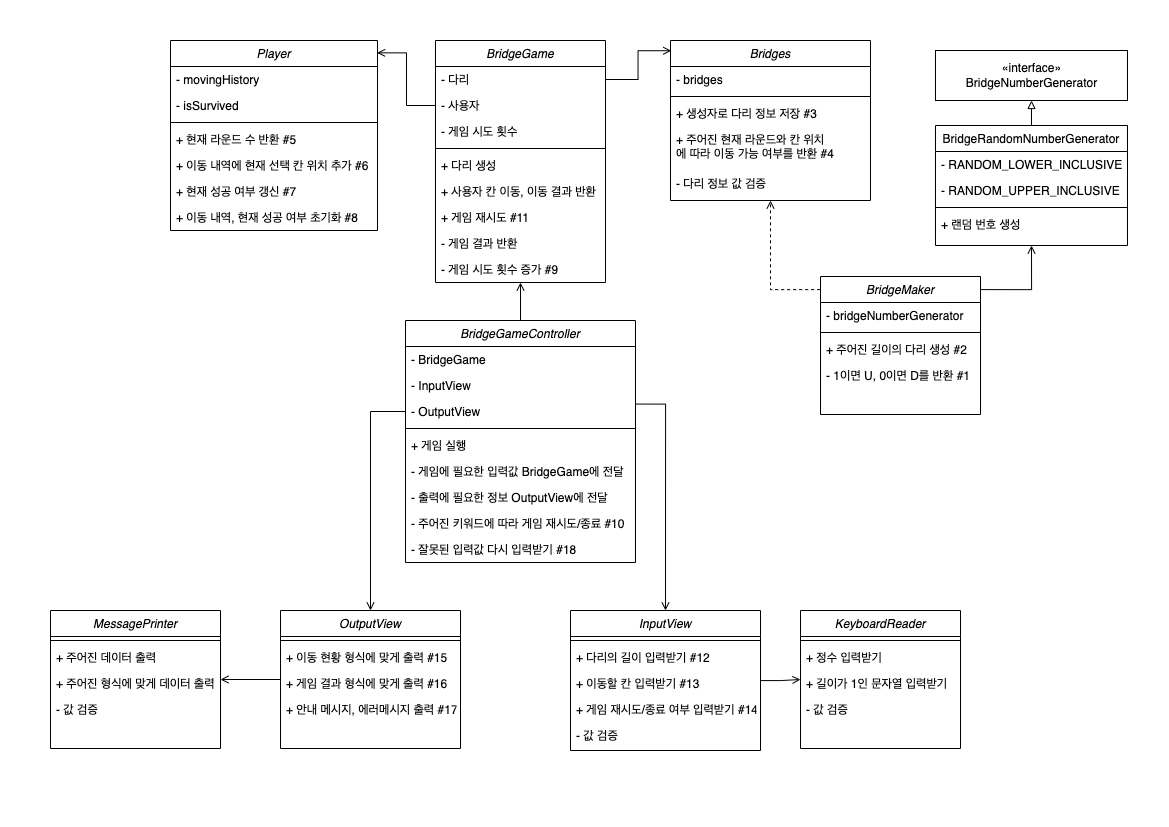
yoondgu/java-bridge keeps this draw.io diagram as docs/class-diagram.png. Above is the earlier version. Source tidied: cells renumbered, new cells last; positions are measured from the earlier drawing's top-left corner, leaving out a move shared by most shapes. The source it was exported from:
```xml
<mxGraphModel>
  <root>
    <mxCell id="0" />
    <mxCell id="1" parent="0" />
    <mxCell id="2" value="BridgeMaker" style="swimlane;fontStyle=2;align=center;verticalAlign=top;horizontal=1;startSize=26;rounded=0;shadow=0;strokeWidth=1;" parent="1" vertex="1">
      <mxGeometry x="770" y="236" width="160" height="138" as="geometry" />
    </mxCell>
    <mxCell id="3" value="- bridgeNumberGenerator" style="text;align=left;verticalAlign=top;spacingLeft=4;spacingRight=4;overflow=hidden;" parent="2" vertex="1">
      <mxGeometry y="26" width="160" height="26" as="geometry" />
    </mxCell>
    <mxCell id="4" style="line;html=1;strokeWidth=1;align=left;verticalAlign=middle;spacingTop=-1;spacingLeft=3;spacingRight=3;labelPosition=right;" parent="2" vertex="1">
      <mxGeometry y="52" width="160" height="8" as="geometry" />
    </mxCell>
    <mxCell id="5" value="+ 주어진 길이의 다리 생성 #2" style="text;align=left;verticalAlign=top;spacingLeft=4;spacingRight=4;overflow=hidden;" parent="2" vertex="1">
      <mxGeometry y="60" width="160" height="26" as="geometry" />
    </mxCell>
    <mxCell id="6" value="- 1이면 U, 0이면 D를 반환 #1" style="text;align=left;verticalAlign=top;spacingLeft=4;spacingRight=4;overflow=hidden;" parent="2" vertex="1">
      <mxGeometry y="86" width="160" height="26" as="geometry" />
    </mxCell>
    <mxCell id="7" style="edgeStyle=orthogonalEdgeStyle;rounded=0;jettySize=auto;html=1;exitX=0.5;exitY=0;exitDx=0;exitDy=0;entryX=0.5;entryY=1;entryDx=0;entryDy=0;endArrow=block;endFill=0;" parent="1" edge="1" source="8" target="47">
      <mxGeometry relative="1" as="geometry" />
    </mxCell>
    <mxCell id="8" value="BridgeRandomNumberGenerator" style="swimlane;fontStyle=0;align=center;verticalAlign=top;horizontal=1;startSize=26;rounded=0;shadow=0;strokeWidth=1;" parent="1" vertex="1">
      <mxGeometry x="885" y="85" width="192" height="120" as="geometry" />
    </mxCell>
    <mxCell id="9" value="- RANDOM_LOWER_INCLUSIVE" style="text;align=left;verticalAlign=top;spacingLeft=4;spacingRight=4;overflow=hidden;" parent="8" vertex="1">
      <mxGeometry y="26" width="192" height="26" as="geometry" />
    </mxCell>
    <mxCell id="10" value="- RANDOM_UPPER_INCLUSIVE" style="text;align=left;verticalAlign=top;spacingLeft=4;spacingRight=4;overflow=hidden;rounded=0;shadow=0;html=0;" parent="8" vertex="1">
      <mxGeometry y="52" width="192" height="26" as="geometry" />
    </mxCell>
    <mxCell id="11" style="line;html=1;strokeWidth=1;align=left;verticalAlign=middle;spacingTop=-1;spacingLeft=3;spacingRight=3;labelPosition=right;" parent="8" vertex="1">
      <mxGeometry y="78" width="192" height="8" as="geometry" />
    </mxCell>
    <mxCell id="12" value="+ 랜덤 번호 생성" style="text;align=left;verticalAlign=top;spacingLeft=4;spacingRight=4;overflow=hidden;" parent="8" vertex="1">
      <mxGeometry y="86" width="192" height="26" as="geometry" />
    </mxCell>
    <mxCell id="13" style="edgeStyle=orthogonalEdgeStyle;rounded=0;jettySize=auto;html=1;endArrow=open;endFill=0;exitX=0;exitY=0.5;exitDx=0;exitDy=0;entryX=0.998;entryY=0.065;entryDx=0;entryDy=0;entryPerimeter=0;" parent="1" edge="1" source="16" target="54">
      <mxGeometry relative="1" as="geometry" />
    </mxCell>
    <mxCell id="14" value="BridgeGame" style="swimlane;fontStyle=2;align=center;verticalAlign=top;horizontal=1;startSize=26;rounded=0;shadow=0;strokeWidth=1;" parent="1" vertex="1">
      <mxGeometry x="385" width="170" height="242" as="geometry" />
    </mxCell>
    <mxCell id="15" value="- 다리" style="text;align=left;verticalAlign=top;spacingLeft=4;spacingRight=4;overflow=hidden;points=[[0,0.5],[1,0.5]];portConstraint=eastwest;" parent="14" vertex="1">
      <mxGeometry y="26" width="170" height="26" as="geometry" />
    </mxCell>
    <mxCell id="16" value="- 사용자" style="text;align=left;verticalAlign=top;spacingLeft=4;spacingRight=4;overflow=hidden;points=[[0,0.5],[1,0.5]];portConstraint=eastwest;" parent="14" vertex="1">
      <mxGeometry y="52" width="170" height="26" as="geometry" />
    </mxCell>
    <mxCell id="17" value="- 게임 시도 횟수" style="text;align=left;verticalAlign=top;spacingLeft=4;spacingRight=4;overflow=hidden;" parent="14" vertex="1">
      <mxGeometry y="78" width="170" height="26" as="geometry" />
    </mxCell>
    <mxCell id="18" style="line;html=1;strokeWidth=1;align=left;verticalAlign=middle;spacingTop=-1;spacingLeft=3;spacingRight=3;labelPosition=right;" parent="14" vertex="1">
      <mxGeometry y="104" width="170" height="8" as="geometry" />
    </mxCell>
    <mxCell id="19" value="+ 다리 생성" style="text;align=left;verticalAlign=top;spacingLeft=4;spacingRight=4;overflow=hidden;" parent="14" vertex="1">
      <mxGeometry y="112" width="170" height="26" as="geometry" />
    </mxCell>
    <mxCell id="20" value="+ 사용자 칸 이동, 이동 결과 반환&#10;" style="text;align=left;verticalAlign=top;spacingLeft=4;spacingRight=4;overflow=hidden;" parent="14" vertex="1">
      <mxGeometry y="138" width="170" height="26" as="geometry" />
    </mxCell>
    <mxCell id="21" value="+ 게임 재시도 #11" style="text;align=left;verticalAlign=top;spacingLeft=4;spacingRight=4;overflow=hidden;" parent="14" vertex="1">
      <mxGeometry y="164" width="170" height="26" as="geometry" />
    </mxCell>
    <mxCell id="22" value="- 게임 결과 반환" style="text;align=left;verticalAlign=top;spacingLeft=4;spacingRight=4;overflow=hidden;" parent="14" vertex="1">
      <mxGeometry y="190" width="170" height="26" as="geometry" />
    </mxCell>
    <mxCell id="23" value="- 게임 시도 횟수 증가 #9" style="text;align=left;verticalAlign=top;spacingLeft=4;spacingRight=4;overflow=hidden;" parent="14" vertex="1">
      <mxGeometry y="216" width="170" height="26" as="geometry" />
    </mxCell>
    <mxCell id="24" style="edgeStyle=orthogonalEdgeStyle;rounded=0;jettySize=auto;html=1;endArrow=open;endFill=0;" parent="1" edge="1" source="25" target="31">
      <mxGeometry relative="1" as="geometry" />
    </mxCell>
    <mxCell id="25" value="InputView" style="swimlane;fontStyle=2;align=center;verticalAlign=top;horizontal=1;startSize=26;rounded=0;shadow=0;strokeWidth=1;" parent="1" vertex="1">
      <mxGeometry x="520" y="570" width="190" height="140" as="geometry" />
    </mxCell>
    <mxCell id="26" style="line;html=1;strokeWidth=1;align=left;verticalAlign=middle;spacingTop=-1;spacingLeft=3;spacingRight=3;labelPosition=right;" parent="25" vertex="1">
      <mxGeometry y="26" width="190" height="8" as="geometry" />
    </mxCell>
    <mxCell id="27" value="+ 다리의 길이 입력받기 #12" style="text;align=left;verticalAlign=top;spacingLeft=4;spacingRight=4;overflow=hidden;" parent="25" vertex="1">
      <mxGeometry y="34" width="190" height="26" as="geometry" />
    </mxCell>
    <mxCell id="28" value="+ 이동할 칸 입력받기 #13" style="text;align=left;verticalAlign=top;spacingLeft=4;spacingRight=4;overflow=hidden;" parent="25" vertex="1">
      <mxGeometry y="60" width="190" height="26" as="geometry" />
    </mxCell>
    <mxCell id="29" value="+ 게임 재시도/종료 여부 입력받기 #14" style="text;align=left;verticalAlign=top;spacingLeft=4;spacingRight=4;overflow=hidden;" parent="25" vertex="1">
      <mxGeometry y="86" width="190" height="26" as="geometry" />
    </mxCell>
    <mxCell id="30" value="- 값 검증" style="text;align=left;verticalAlign=top;spacingLeft=4;spacingRight=4;overflow=hidden;" parent="25" vertex="1">
      <mxGeometry y="112" width="190" height="26" as="geometry" />
    </mxCell>
    <mxCell id="31" value="KeyboardReader" style="swimlane;fontStyle=2;align=center;verticalAlign=top;horizontal=1;startSize=26;rounded=0;shadow=0;strokeWidth=1;" parent="1" vertex="1">
      <mxGeometry x="750" y="570" width="160" height="138" as="geometry" />
    </mxCell>
    <mxCell id="32" style="line;html=1;strokeWidth=1;align=left;verticalAlign=middle;spacingTop=-1;spacingLeft=3;spacingRight=3;labelPosition=right;" parent="31" vertex="1">
      <mxGeometry y="26" width="160" height="8" as="geometry" />
    </mxCell>
    <mxCell id="33" value="+ 정수 입력받기" style="text;align=left;verticalAlign=top;spacingLeft=4;spacingRight=4;overflow=hidden;" parent="31" vertex="1">
      <mxGeometry y="34" width="160" height="26" as="geometry" />
    </mxCell>
    <mxCell id="34" value="+ 길이가 1인 문자열 입력받기" style="text;align=left;verticalAlign=top;spacingLeft=4;spacingRight=4;overflow=hidden;" parent="31" vertex="1">
      <mxGeometry y="60" width="160" height="26" as="geometry" />
    </mxCell>
    <mxCell id="35" value="- 값 검증" style="text;align=left;verticalAlign=top;spacingLeft=4;spacingRight=4;overflow=hidden;" parent="31" vertex="1">
      <mxGeometry y="86" width="160" height="26" as="geometry" />
    </mxCell>
    <mxCell id="36" style="edgeStyle=orthogonalEdgeStyle;rounded=0;jettySize=auto;html=1;endArrow=open;endFill=0;" parent="1" edge="1" source="37" target="42">
      <mxGeometry relative="1" as="geometry" />
    </mxCell>
    <mxCell id="37" value="OutputView" style="swimlane;fontStyle=2;align=center;verticalAlign=top;horizontal=1;startSize=26;rounded=0;shadow=0;strokeWidth=1;" parent="1" vertex="1">
      <mxGeometry x="230" y="570" width="180" height="138" as="geometry" />
    </mxCell>
    <mxCell id="38" style="line;html=1;strokeWidth=1;align=left;verticalAlign=middle;spacingTop=-1;spacingLeft=3;spacingRight=3;labelPosition=right;" parent="37" vertex="1">
      <mxGeometry y="26" width="180" height="8" as="geometry" />
    </mxCell>
    <mxCell id="39" value="+ 이동 현황 형식에 맞게 출력 #15" style="text;align=left;verticalAlign=top;spacingLeft=4;spacingRight=4;overflow=hidden;" parent="37" vertex="1">
      <mxGeometry y="34" width="180" height="26" as="geometry" />
    </mxCell>
    <mxCell id="40" value="+ 게임 결과 형식에 맞게 출력 #16" style="text;align=left;verticalAlign=top;spacingLeft=4;spacingRight=4;overflow=hidden;" parent="37" vertex="1">
      <mxGeometry y="60" width="180" height="26" as="geometry" />
    </mxCell>
    <mxCell id="41" value="+ 안내 메시지, 에러메시지 출력 #17" style="text;align=left;verticalAlign=top;spacingLeft=4;spacingRight=4;overflow=hidden;" parent="37" vertex="1">
      <mxGeometry y="86" width="180" height="26" as="geometry" />
    </mxCell>
    <mxCell id="42" value="MessagePrinter" style="swimlane;fontStyle=2;align=center;verticalAlign=top;horizontal=1;startSize=26;rounded=0;shadow=0;strokeWidth=1;" parent="1" vertex="1">
      <mxGeometry y="570" width="170" height="138" as="geometry" />
    </mxCell>
    <mxCell id="43" style="line;html=1;strokeWidth=1;align=left;verticalAlign=middle;spacingTop=-1;spacingLeft=3;spacingRight=3;labelPosition=right;" parent="42" vertex="1">
      <mxGeometry y="26" width="170" height="8" as="geometry" />
    </mxCell>
    <mxCell id="44" value="+ 주어진 데이터 출력" style="text;align=left;verticalAlign=top;spacingLeft=4;spacingRight=4;overflow=hidden;" parent="42" vertex="1">
      <mxGeometry y="34" width="170" height="26" as="geometry" />
    </mxCell>
    <mxCell id="45" value="+ 주어진 형식에 맞게 데이터 출력" style="text;align=left;verticalAlign=top;spacingLeft=4;spacingRight=4;overflow=hidden;" parent="42" vertex="1">
      <mxGeometry y="60" width="170" height="26" as="geometry" />
    </mxCell>
    <mxCell id="46" value="- 값 검증" style="text;align=left;verticalAlign=top;spacingLeft=4;spacingRight=4;overflow=hidden;" parent="42" vertex="1">
      <mxGeometry y="86" width="170" height="26" as="geometry" />
    </mxCell>
    <mxCell id="47" value="«interface»&lt;br&gt;BridgeNumberGenerator" style="html=1;" parent="1" vertex="1">
      <mxGeometry x="885" y="10" width="192" height="50" as="geometry" />
    </mxCell>
    <mxCell id="48" value="Bridges" style="swimlane;fontStyle=2;align=center;verticalAlign=top;horizontal=1;startSize=26;rounded=0;shadow=0;strokeWidth=1;" parent="1" vertex="1">
      <mxGeometry x="620" width="200" height="160" as="geometry" />
    </mxCell>
    <mxCell id="49" value="- bridges" style="text;align=left;verticalAlign=top;spacingLeft=4;spacingRight=4;overflow=hidden;" parent="48" vertex="1">
      <mxGeometry y="26" width="200" height="26" as="geometry" />
    </mxCell>
    <mxCell id="50" style="line;html=1;strokeWidth=1;align=left;verticalAlign=middle;spacingTop=-1;spacingLeft=3;spacingRight=3;labelPosition=right;" parent="48" vertex="1">
      <mxGeometry y="52" width="200" height="8" as="geometry" />
    </mxCell>
    <mxCell id="51" value="+ 생성자로 다리 정보 저장 #3" style="text;align=left;verticalAlign=top;spacingLeft=4;spacingRight=4;overflow=hidden;" parent="48" vertex="1">
      <mxGeometry y="60" width="200" height="26" as="geometry" />
    </mxCell>
    <mxCell id="52" value="+ 주어진 현재 라운드와 칸 위치&#10;에 따라 이동 가능 여부를 반환 #4" style="text;align=left;verticalAlign=top;spacingLeft=4;spacingRight=4;overflow=hidden;" parent="48" vertex="1">
      <mxGeometry y="86" width="200" height="44" as="geometry" />
    </mxCell>
    <mxCell id="53" value="- 다리 정보 값 검증" style="text;align=left;verticalAlign=top;spacingLeft=4;spacingRight=4;overflow=hidden;" parent="48" vertex="1">
      <mxGeometry y="130" width="200" height="26" as="geometry" />
    </mxCell>
    <mxCell id="54" value="Player" style="swimlane;fontStyle=2;align=center;verticalAlign=top;horizontal=1;startSize=26;rounded=0;shadow=0;strokeWidth=1;" parent="1" vertex="1">
      <mxGeometry x="120" width="207" height="190" as="geometry" />
    </mxCell>
    <mxCell id="55" value="- movingHistory" style="text;align=left;verticalAlign=top;spacingLeft=4;spacingRight=4;overflow=hidden;" parent="54" vertex="1">
      <mxGeometry y="26" width="207" height="26" as="geometry" />
    </mxCell>
    <mxCell id="56" value="- isSurvived" style="text;align=left;verticalAlign=top;spacingLeft=4;spacingRight=4;overflow=hidden;" parent="54" vertex="1">
      <mxGeometry y="52" width="207" height="26" as="geometry" />
    </mxCell>
    <mxCell id="57" style="line;html=1;strokeWidth=1;align=left;verticalAlign=middle;spacingTop=-1;spacingLeft=3;spacingRight=3;labelPosition=right;" parent="54" vertex="1">
      <mxGeometry y="78" width="207" height="8" as="geometry" />
    </mxCell>
    <mxCell id="58" value="+ 현재 라운드 수 반환 #5" style="text;align=left;verticalAlign=top;spacingLeft=4;spacingRight=4;overflow=hidden;" parent="54" vertex="1">
      <mxGeometry y="86" width="207" height="26" as="geometry" />
    </mxCell>
    <mxCell id="59" value="+ 이동 내역에 현재 선택 칸 위치 추가 #6" style="text;align=left;verticalAlign=top;spacingLeft=4;spacingRight=4;overflow=hidden;" parent="54" vertex="1">
      <mxGeometry y="112" width="207" height="26" as="geometry" />
    </mxCell>
    <mxCell id="60" value="+ 현재 성공 여부 갱신 #7" style="text;align=left;verticalAlign=top;spacingLeft=4;spacingRight=4;overflow=hidden;" parent="54" vertex="1">
      <mxGeometry y="138" width="207" height="26" as="geometry" />
    </mxCell>
    <mxCell id="61" value="+ 이동 내역, 현재 성공 여부 초기화 #8" style="text;align=left;verticalAlign=top;spacingLeft=4;spacingRight=4;overflow=hidden;" parent="54" vertex="1">
      <mxGeometry y="164" width="207" height="26" as="geometry" />
    </mxCell>
    <mxCell id="62" style="edgeStyle=orthogonalEdgeStyle;rounded=0;jettySize=auto;html=1;endArrow=open;endFill=0;" parent="1" edge="1" source="63" target="14">
      <mxGeometry relative="1" as="geometry" />
    </mxCell>
    <mxCell id="63" value="BridgeGameController" style="swimlane;fontStyle=2;align=center;verticalAlign=top;horizontal=1;startSize=26;rounded=0;shadow=0;strokeWidth=1;" parent="1" vertex="1">
      <mxGeometry x="355" y="280" width="230" height="242" as="geometry" />
    </mxCell>
    <mxCell id="64" value="- BridgeGame" style="text;align=left;verticalAlign=top;spacingLeft=4;spacingRight=4;overflow=hidden;" parent="63" vertex="1">
      <mxGeometry y="26" width="230" height="26" as="geometry" />
    </mxCell>
    <mxCell id="65" value="- InputView" style="text;align=left;verticalAlign=top;spacingLeft=4;spacingRight=4;overflow=hidden;" parent="63" vertex="1">
      <mxGeometry y="52" width="230" height="26" as="geometry" />
    </mxCell>
    <mxCell id="66" value="- OutputView" style="text;align=left;verticalAlign=top;spacingLeft=4;spacingRight=4;overflow=hidden;points=[[0,0.5],[1,0.5]];portConstraint=eastwest;" parent="63" vertex="1">
      <mxGeometry y="78" width="230" height="26" as="geometry" />
    </mxCell>
    <mxCell id="67" style="line;html=1;strokeWidth=1;align=left;verticalAlign=middle;spacingTop=-1;spacingLeft=3;spacingRight=3;labelPosition=right;" parent="63" vertex="1">
      <mxGeometry y="104" width="230" height="8" as="geometry" />
    </mxCell>
    <mxCell id="68" value="+ 게임 실행" style="text;align=left;verticalAlign=top;spacingLeft=4;spacingRight=4;overflow=hidden;" parent="63" vertex="1">
      <mxGeometry y="112" width="230" height="26" as="geometry" />
    </mxCell>
    <mxCell id="69" value="- 게임에 필요한 입력값 BridgeGame에 전달" style="text;align=left;verticalAlign=top;spacingLeft=4;spacingRight=4;overflow=hidden;" parent="63" vertex="1">
      <mxGeometry y="138" width="230" height="26" as="geometry" />
    </mxCell>
    <mxCell id="70" value="- 출력에 필요한 정보 OutputView에 전달" style="text;align=left;verticalAlign=top;spacingLeft=4;spacingRight=4;overflow=hidden;" parent="63" vertex="1">
      <mxGeometry y="164" width="230" height="26" as="geometry" />
    </mxCell>
    <mxCell id="71" value="- 주어진 키워드에 따라 게임 재시도/종료 #10" style="text;align=left;verticalAlign=top;spacingLeft=4;spacingRight=4;overflow=hidden;" parent="63" vertex="1">
      <mxGeometry y="190" width="230" height="26" as="geometry" />
    </mxCell>
    <mxCell id="72" value="- 잘못된 입력값 다시 입력받기 #18" style="text;align=left;verticalAlign=top;spacingLeft=4;spacingRight=4;overflow=hidden;" parent="63" vertex="1">
      <mxGeometry y="216" width="230" height="26" as="geometry" />
    </mxCell>
    <mxCell id="73" style="edgeStyle=orthogonalEdgeStyle;rounded=0;jettySize=auto;html=1;exitX=1;exitY=0.5;exitDx=0;exitDy=0;entryX=0.004;entryY=0.064;entryDx=0;entryDy=0;endArrow=open;endFill=0;entryPerimeter=0;" parent="1" edge="1" source="15" target="48">
      <mxGeometry relative="1" as="geometry" />
    </mxCell>
    <mxCell id="74" style="edgeStyle=orthogonalEdgeStyle;rounded=0;jettySize=auto;html=1;exitX=-0.002;exitY=0.095;exitDx=0;exitDy=0;entryX=0.5;entryY=1;entryDx=0;entryDy=0;endArrow=open;endFill=0;dashed=1;exitPerimeter=0;" parent="1" edge="1" source="2" target="48">
      <mxGeometry relative="1" as="geometry" />
    </mxCell>
    <mxCell id="75" style="edgeStyle=orthogonalEdgeStyle;rounded=0;jettySize=auto;html=1;exitX=0.998;exitY=0.095;exitDx=0;exitDy=0;entryX=0.5;entryY=1;entryDx=0;entryDy=0;endArrow=open;endFill=0;exitPerimeter=0;" parent="1" edge="1" source="2" target="8">
      <mxGeometry relative="1" as="geometry" />
    </mxCell>
    <mxCell id="76" style="edgeStyle=orthogonalEdgeStyle;rounded=0;jettySize=auto;html=1;entryX=0.5;entryY=0;entryDx=0;entryDy=0;endArrow=open;endFill=0;exitX=0;exitY=0.5;exitDx=0;exitDy=0;" parent="1" edge="1" source="66" target="37">
      <mxGeometry relative="1" as="geometry" />
    </mxCell>
    <mxCell id="77" style="edgeStyle=orthogonalEdgeStyle;rounded=0;jettySize=auto;html=1;exitX=1.001;exitY=0.214;exitDx=0;exitDy=0;entryX=0.5;entryY=0;entryDx=0;entryDy=0;endArrow=open;endFill=0;exitPerimeter=0;" parent="1" edge="1" source="66" target="25">
      <mxGeometry relative="1" as="geometry" />
    </mxCell>
  </root>
</mxGraphModel>
```
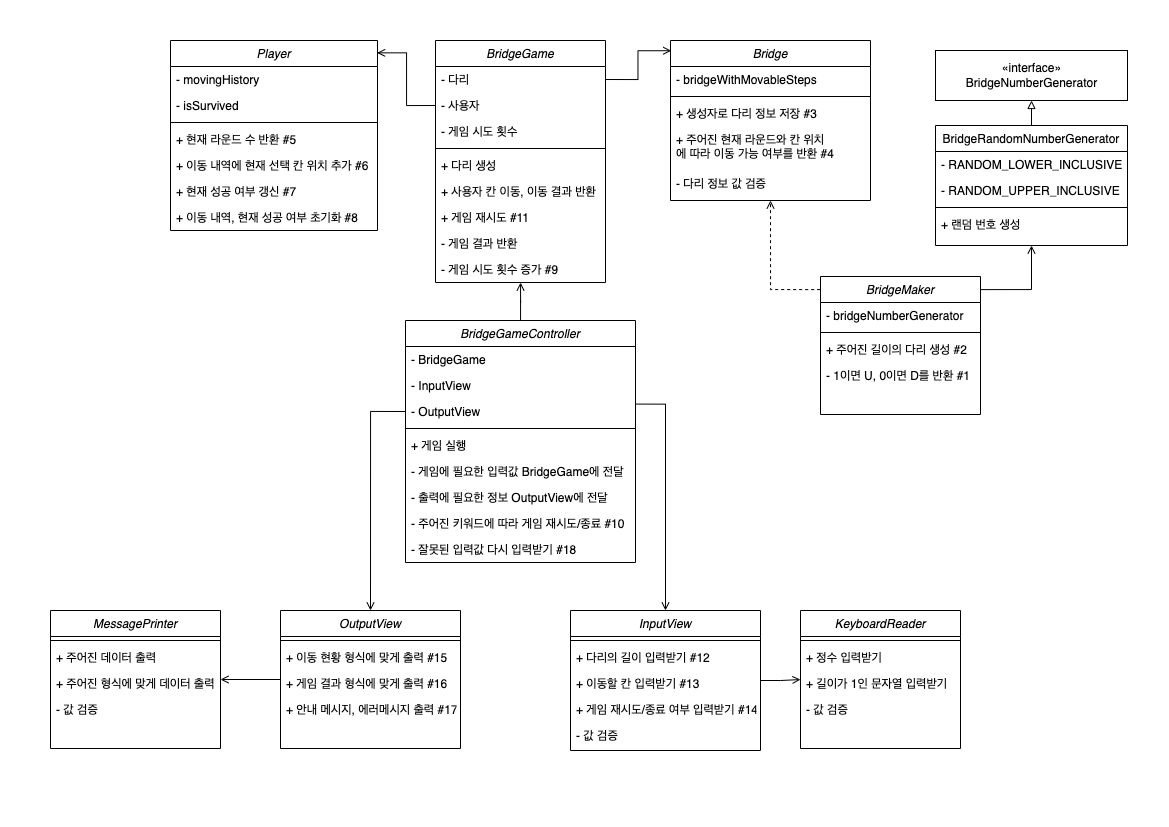
The same diagram one commit later.

What changed in the source:
```diff
@@ -140,10 +140,10 @@
     <mxCell id="47" value="«interface»&lt;br&gt;BridgeNumberGenerator" style="html=1;" parent="1" vertex="1">
       <mxGeometry x="885" y="10" width="192" height="50" as="geometry" />
     </mxCell>
-    <mxCell id="48" value="Bridges" style="swimlane;fontStyle=2;align=center;verticalAlign=top;horizontal=1;startSize=26;rounded=0;shadow=0;strokeWidth=1;" parent="1" vertex="1">
+    <mxCell id="48" value="Bridge" style="swimlane;fontStyle=2;align=center;verticalAlign=top;horizontal=1;startSize=26;rounded=0;shadow=0;strokeWidth=1;" parent="1" vertex="1">
       <mxGeometry x="620" width="200" height="160" as="geometry" />
     </mxCell>
-    <mxCell id="49" value="- bridges" style="text;align=left;verticalAlign=top;spacingLeft=4;spacingRight=4;overflow=hidden;" parent="48" vertex="1">
+    <mxCell id="49" value="- bridgeWithMovableSteps" style="text;align=left;verticalAlign=top;spacingLeft=4;spacingRight=4;overflow=hidden;" parent="48" vertex="1">
       <mxGeometry y="26" width="200" height="26" as="geometry" />
     </mxCell>
     <mxCell id="50" style="line;html=1;strokeWidth=1;align=left;verticalAlign=middle;spacingTop=-1;spacingLeft=3;spacingRight=3;labelPosition=right;" parent="48" vertex="1">
```
